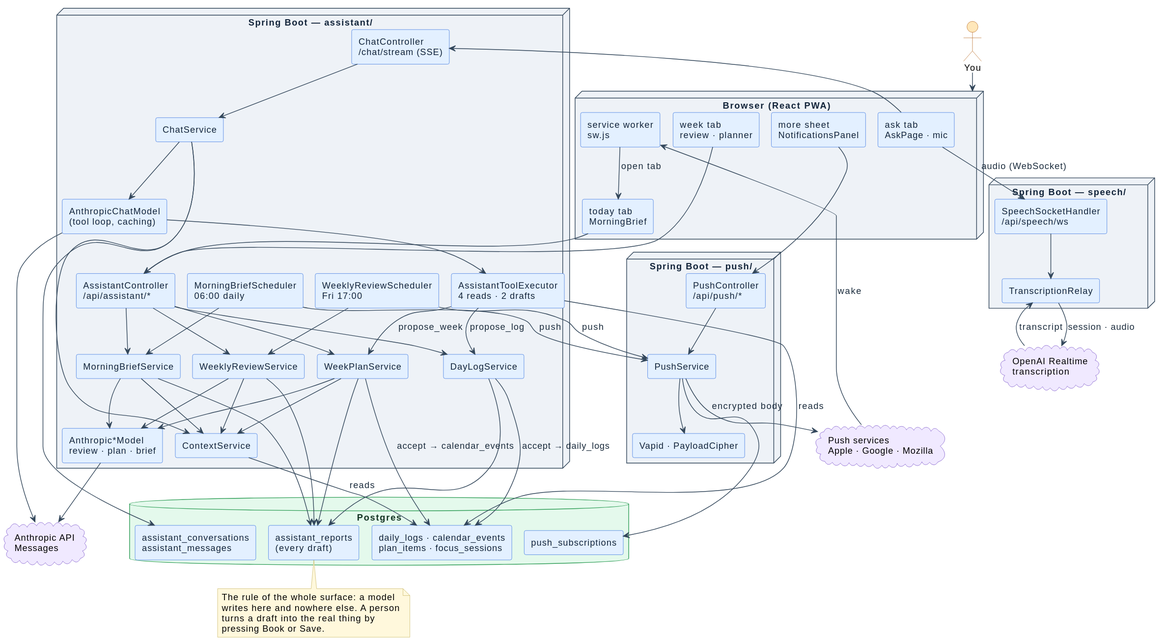
Earlier version of the PlantUML export gt2/docs/diagrams/assistant-map.svg (caseythecoder90/grindtrack).
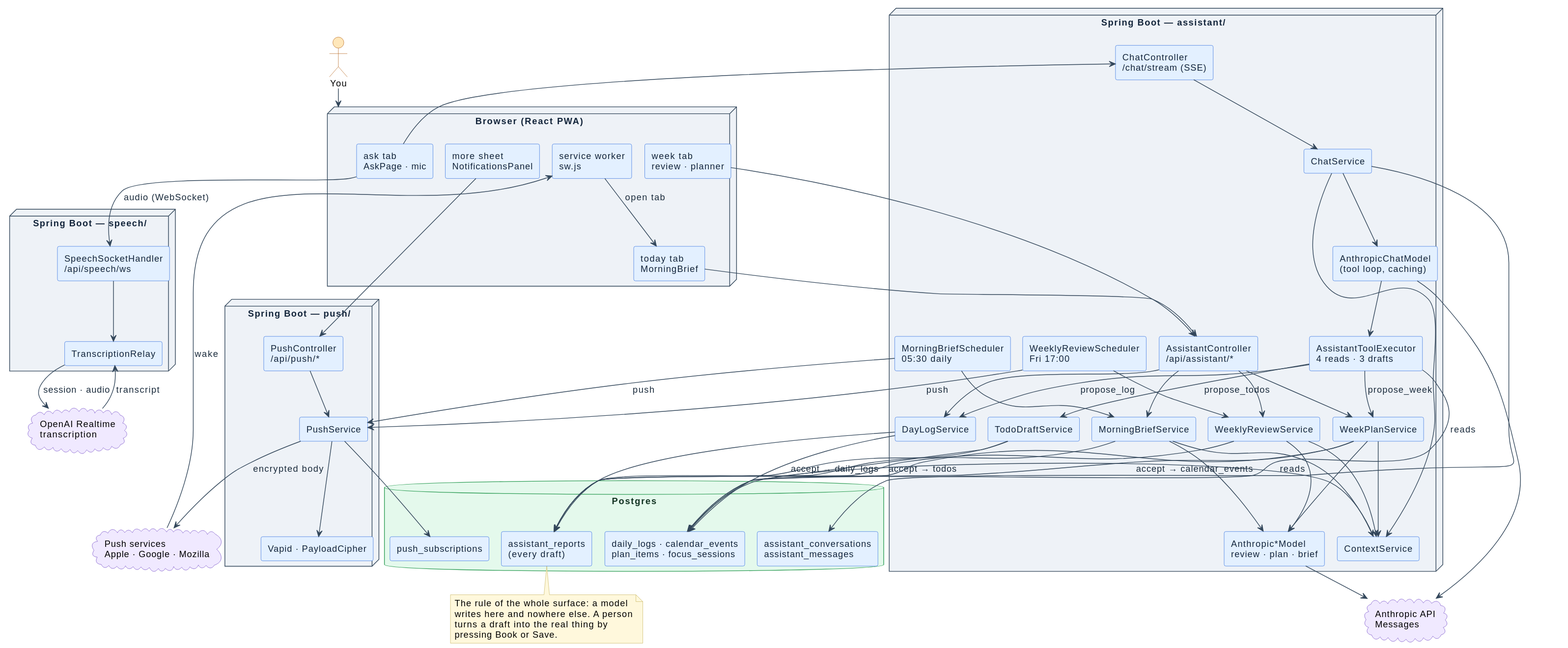
After the change.

What changed in the source:
```diff
@@ -54,13 +54,14 @@
   component "WeeklyReviewService" as wrs
   component "WeekPlanService" as wps
   component "DayLogService" as dls
+  component "TodoDraftService" as tds
   component "MorningBriefService" as mbs
   component "ChatService" as cs
   component "AnthropicChatModel\n(tool loop, caching)" as chatModel
-  component "AssistantToolExecutor\n4 reads · 2 drafts" as tools
+  component "AssistantToolExecutor\n4 reads · 3 drafts" as tools
   component "Anthropic*Model\nreview · plan · brief" as models
   component "WeeklyReviewScheduler\nFri 17:00" as sched1
-  component "MorningBriefScheduler\n06:00 daily" as sched2
+  component "MorningBriefScheduler\n05:30 daily" as sched2
 }
 
 node "Spring Boot — push/" as push {
@@ -102,6 +103,9 @@
 chatModel --> anthropic
 tools --> wps : propose_week
 tools --> dls : propose_log
+tools --> tds : propose_todos
+tds --> reports
+tds --> data : accept → todos
 tools --> data : reads
 wrs --> models
 wps --> models
```
